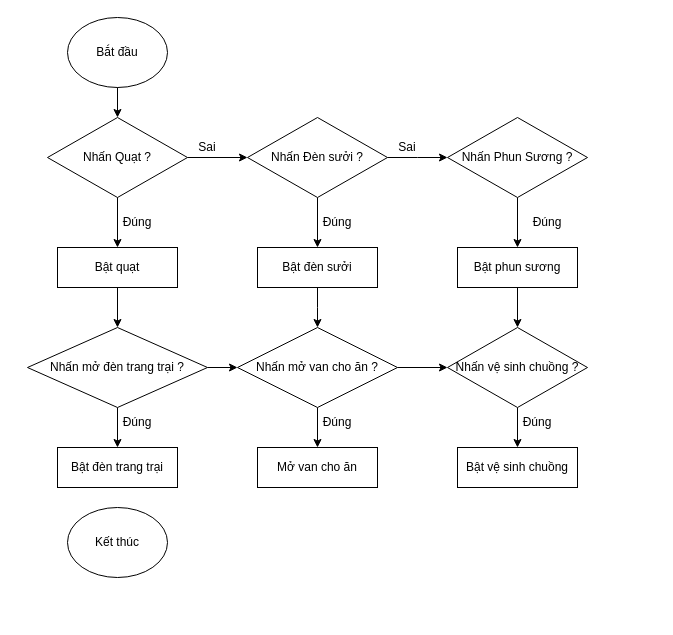
This is dkthietbi_nutnhan.drawio from imvietp/Final_Thesis, a draw.io file, before an edit. Source tidied: cells renumbered, new cells numbered last; positions are measured from the earlier drawing's top-left corner, leaving out a move shared by most shapes. Both pictures are drawn from the tidied source at 100%, with x=0, y=0 at pixel (27, 17).
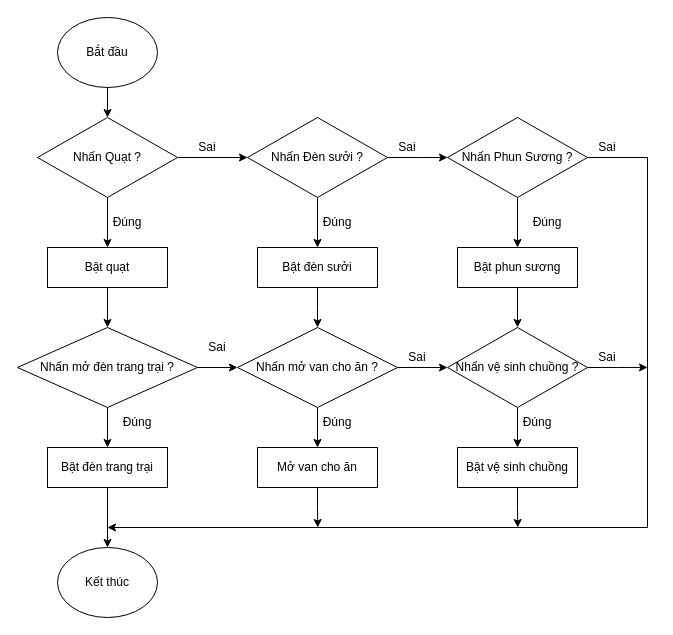
After the change.

Unchanged cells that the change refers to:
```xml
<mxCell id="20" value="Nhấn Phun Sương ?" style="rhombus;whiteSpace=wrap;html=1;" parent="1" vertex="1">
  <mxGeometry x="420" y="100" width="140" height="80" as="geometry" />
</mxCell>
<mxCell id="30" value="Nhấn vệ sinh chuồng ?" style="rhombus;whiteSpace=wrap;html=1;" parent="1" vertex="1">
  <mxGeometry x="420" y="310" width="140" height="80" as="geometry" />
</mxCell>
<mxCell id="32" value="Mở van cho ăn" style="rounded=0;whiteSpace=wrap;html=1;" parent="1" vertex="1">
  <mxGeometry x="230" y="430" width="120" height="40" as="geometry" />
</mxCell>
<mxCell id="33" value="Bật vệ sinh chuồng" style="rounded=0;whiteSpace=wrap;html=1;" parent="1" vertex="1">
  <mxGeometry x="430" y="430" width="120" height="40" as="geometry" />
</mxCell>
```

Diff of the diagram source:
```diff
@@
     <mxCell id="2" value="Bắt đầu" style="ellipse;whiteSpace=wrap;html=1;" parent="1" vertex="1">
-      <mxGeometry x="40" width="100" height="70" as="geometry" />
+      <mxGeometry x="30" width="100" height="70" as="geometry" />
     </mxCell>
@@
     <mxCell id="4" value="Nhấn Quạt ?" style="rhombus;whiteSpace=wrap;html=1;" parent="1" vertex="1">
-      <mxGeometry x="20" y="100" width="140" height="80" as="geometry" />
+      <mxGeometry x="10" y="100" width="140" height="80" as="geometry" />
     </mxCell>
-    <mxCell id="5" style="endArrow=classic;html=1;rounded=0;exitX=0.5;exitY=1;exitDx=0;exitDy=0;" parent="1" edge="1" source="4">
-      <mxGeometry relative="1" as="geometry">
-        <mxPoint x="90" y="230" as="targetPoint" />
-      </mxGeometry>
+    <mxCell id="5" style="endArrow=classic;html=1;rounded=0;exitX=0.5;exitY=1;exitDx=0;exitDy=0;entryX=0.5;entryY=0;entryDx=0;entryDy=0;" parent="1" edge="1" source="4" target="9">
+      <mxGeometry relative="1" as="geometry" />
     </mxCell>
     <mxCell id="6" value="Đúng" style="text;html=1;align=center;verticalAlign=middle;whiteSpace=wrap;rounded=0;" parent="1" vertex="1">
-      <mxGeometry x="80" y="190" width="60" height="30" as="geometry" />
+      <mxGeometry x="70" y="190" width="60" height="30" as="geometry" />
     </mxCell>
@@
     <mxCell id="9" value="Bật quạt" style="rounded=0;whiteSpace=wrap;html=1;" parent="1" vertex="1">
-      <mxGeometry x="30" y="230" width="120" height="40" as="geometry" />
+      <mxGeometry x="20" y="230" width="120" height="40" as="geometry" />
     </mxCell>
@@
     <mxCell id="12" value="Kết thúc" style="ellipse;whiteSpace=wrap;html=1;" parent="1" vertex="1">
-      <mxGeometry x="40" y="490" width="100" height="70" as="geometry" />
+      <mxGeometry x="30" y="530" width="100" height="70" as="geometry" />
     </mxCell>
@@
-    <mxCell id="18" style="endArrow=classic;html=1;rounded=0;exitX=0.5;exitY=1;exitDx=0;exitDy=0;entryX=0.5;entryY=0;entryDx=0;entryDy=0;" parent="1" edge="1" target="4">
-      <mxGeometry relative="1" as="geometry">
-        <mxPoint x="90" y="70" as="sourcePoint" />
-      </mxGeometry>
+    <mxCell id="18" style="endArrow=classic;html=1;rounded=0;exitX=0.5;exitY=1;exitDx=0;exitDy=0;entryX=0.5;entryY=0;entryDx=0;entryDy=0;" parent="1" edge="1" source="2" target="4">
+      <mxGeometry relative="1" as="geometry" />
     </mxCell>
@@
+    <mxCell id="38" style="edgeStyle=orthogonalEdgeStyle;rounded=0;jettySize=auto;html=1;exitX=1;exitY=0.5;exitDx=0;exitDy=0;" parent="1" edge="1" source="20">
+      <mxGeometry relative="1" as="geometry">
+        <mxPoint x="80" y="510" as="targetPoint" />
+        <Array as="points">
+          <mxPoint x="620" y="140" />
+          <mxPoint x="620" y="510" />
+        </Array>
+      </mxGeometry>
+    </mxCell>
@@
     <mxCell id="25" value="Nhấn mở đèn trang trại ?" style="rhombus;whiteSpace=wrap;html=1;" parent="1" vertex="1">
-      <mxGeometry y="310" width="180" height="80" as="geometry" />
+      <mxGeometry x="-10" y="310" width="180" height="80" as="geometry" />
     </mxCell>
@@
+    <mxCell id="39" style="edgeStyle=orthogonalEdgeStyle;rounded=0;jettySize=auto;html=1;exitX=1;exitY=0.5;exitDx=0;exitDy=0;" parent="1" edge="1" source="30">
+      <mxGeometry relative="1" as="geometry">
+        <mxPoint x="620" y="349.9" as="targetPoint" />
+      </mxGeometry>
+    </mxCell>
@@
+    <mxCell id="40" style="edgeStyle=orthogonalEdgeStyle;rounded=0;jettySize=auto;html=1;" parent="1" edge="1" source="31" target="12">
+      <mxGeometry relative="1" as="geometry" />
+    </mxCell>
     <mxCell id="31" value="Bật đèn trang trại" style="rounded=0;whiteSpace=wrap;html=1;" parent="1" vertex="1">
-      <mxGeometry x="30" y="430" width="120" height="40" as="geometry" />
+      <mxGeometry x="20" y="430" width="120" height="40" as="geometry" />
     </mxCell>
+    <mxCell id="41" style="edgeStyle=orthogonalEdgeStyle;rounded=0;jettySize=auto;html=1;exitX=0.5;exitY=1;exitDx=0;exitDy=0;" parent="1" edge="1" source="32">
+      <mxGeometry relative="1" as="geometry">
+        <mxPoint x="290.3" y="510" as="targetPoint" />
+      </mxGeometry>
+    </mxCell>
@@
+    <mxCell id="42" style="edgeStyle=orthogonalEdgeStyle;rounded=0;jettySize=auto;html=1;exitX=0.5;exitY=1;exitDx=0;exitDy=0;" parent="1" edge="1" source="33">
+      <mxGeometry relative="1" as="geometry">
+        <mxPoint x="490.3" y="510" as="targetPoint" />
+      </mxGeometry>
+    </mxCell>
@@
+    <mxCell id="43" value="Sai" style="text;html=1;align=center;verticalAlign=middle;whiteSpace=wrap;rounded=0;" parent="1" vertex="1">
+      <mxGeometry x="550" y="110" width="60" height="40" as="geometry" />
+    </mxCell>
+    <mxCell id="44" value="Sai" style="text;html=1;align=center;verticalAlign=middle;whiteSpace=wrap;rounded=0;" parent="1" vertex="1">
+      <mxGeometry x="160" y="310" width="60" height="40" as="geometry" />
+    </mxCell>
+    <mxCell id="45" value="Sai" style="text;html=1;align=center;verticalAlign=middle;whiteSpace=wrap;rounded=0;" parent="1" vertex="1">
+      <mxGeometry x="360" y="320" width="60" height="40" as="geometry" />
+    </mxCell>
+    <mxCell id="46" value="Sai" style="text;html=1;align=center;verticalAlign=middle;whiteSpace=wrap;rounded=0;" parent="1" vertex="1">
+      <mxGeometry x="550" y="320" width="60" height="40" as="geometry" />
+    </mxCell>
```
